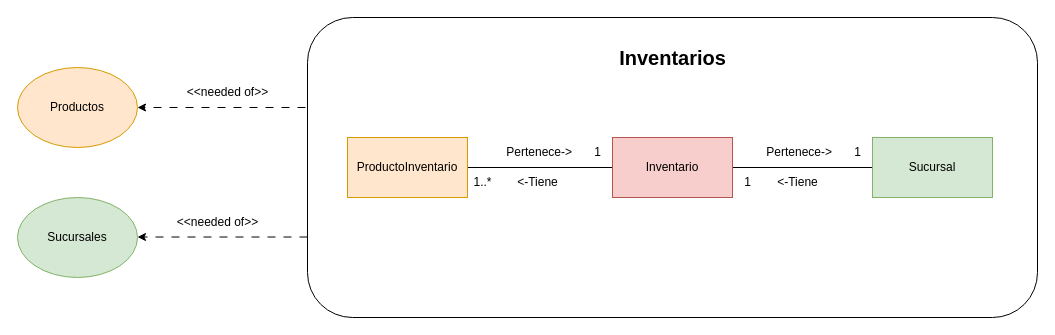
Above: page "4.3 Inventarios-ModeloDominioAcotado" (6 of 16) of SpaOnline/ModeloDominioSpa.drawio in cristianospina/DOO (draw.io), before the change. Source tidied: cells renumbered, new cells numbered last; positions are measured from the earlier drawing's top-left corner, leaving out a move shared by most shapes. Both pictures are drawn from the tidied source at 100%, with x=0, y=0 at pixel (17, 17).
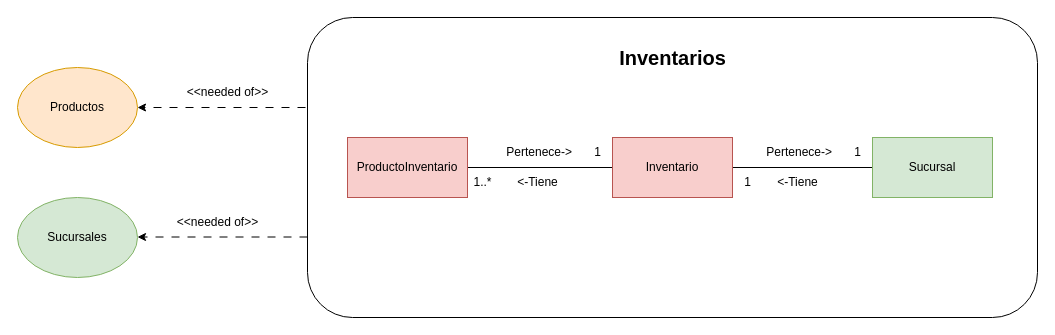
Above is the later version.

Diff of the diagram source:
```diff
@@
-    <mxCell id="7" value="ProductoInventario" style="rounded=0;whiteSpace=wrap;html=1;fillColor=#ffe6cc;strokeColor=#d79b00;" parent="1" vertex="1">
+    <mxCell id="7" value="ProductoInventario" style="rounded=0;whiteSpace=wrap;html=1;fillColor=#f8cecc;strokeColor=#b85450;" parent="1" vertex="1">
       <mxGeometry x="330" y="120" width="120" height="60" as="geometry" />
     </mxCell>
```
